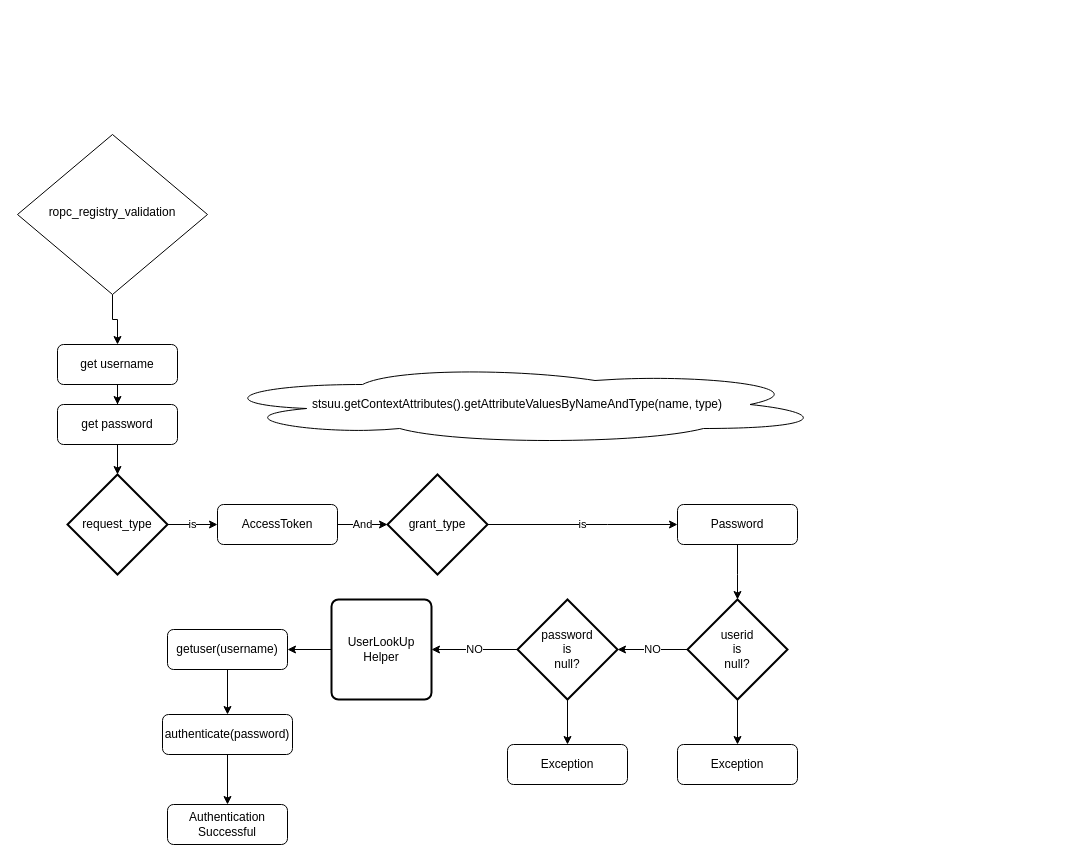
jskbabu/sree-general keeps this draw.io diagram as diagrams/ropc_http_demo.drawio. Above is the earlier version. Source tidied: cells renumbered, new cells numbered last; positions are measured from the earlier drawing's top-left corner, leaving out a move shared by most shapes. Both pictures are drawn from the tidied source at 100%, with x=0, y=0 at pixel (17, 134).
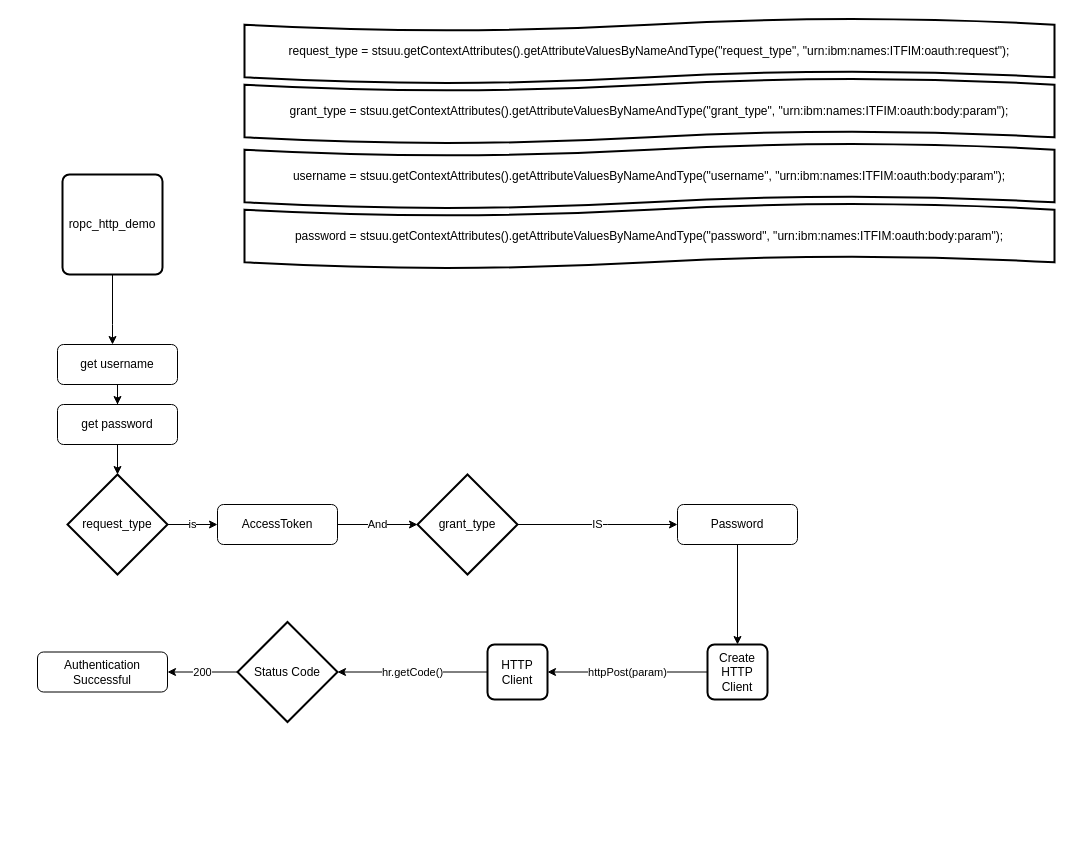
After the change.

The change refers to these unchanged cells:
```xml
<mxCell id="6" value="get username" style="rounded=1;whiteSpace=wrap;html=1;fontSize=12;glass=0;strokeWidth=1;shadow=0;" parent="1" vertex="1">
  <mxGeometry x="40" y="210" width="120" height="40" as="geometry" />
</mxCell>
<mxCell id="17" value="Password" style="rounded=1;whiteSpace=wrap;html=1;fontSize=12;glass=0;strokeWidth=1;shadow=0;" parent="1" vertex="1">
  <mxGeometry x="660" y="370" width="120" height="40" as="geometry" />
</mxCell>
```

The edit, as a diff of the source:
```diff
@@
-    <mxCell id="2" style="edgeStyle=orthogonalEdgeStyle;rounded=0;jettySize=auto;html=1;exitX=0.5;exitY=1;exitDx=0;exitDy=0;entryX=0.5;entryY=0;entryDx=0;entryDy=0;" parent="1" edge="1" source="3" target="6">
-      <mxGeometry relative="1" as="geometry" />
-    </mxCell>
-    <mxCell id="3" value="ropc_registry_validation" style="rhombus;whiteSpace=wrap;html=1;shadow=0;fontFamily=Helvetica;fontSize=12;align=center;strokeWidth=1;spacing=6;spacingTop=-4;" parent="1" vertex="1">
-      <mxGeometry width="190" height="160" as="geometry" />
-    </mxCell>
@@
-    <mxCell id="9" value="stsuu.getContextAttributes().getAttributeValuesByNameAndType(name, type)" style="ellipse;shape=cloud;whiteSpace=wrap;html=1;" parent="1" vertex="1">
-      <mxGeometry x="190" y="230" width="620" height="80" as="geometry" />
-    </mxCell>
@@
-    <mxCell id="14" value="is" style="edgeStyle=orthogonalEdgeStyle;rounded=0;jettySize=auto;html=1;" parent="1" edge="1" source="15" target="17">
+    <mxCell id="14" value="IS" style="edgeStyle=orthogonalEdgeStyle;rounded=0;jettySize=auto;html=1;" parent="1" edge="1" source="15" target="17">
       <mxGeometry relative="1" as="geometry">
         <Array as="points">
           <mxPoint x="590" y="390" />
           <mxPoint x="590" y="390" />
         </Array>
       </mxGeometry>
     </mxCell>
     <mxCell id="15" value="grant_type" style="strokeWidth=2;html=1;shape=mxgraph.flowchart.decision;whiteSpace=wrap;" parent="1" vertex="1">
-      <mxGeometry x="370" y="340" width="100" height="100" as="geometry" />
+      <mxGeometry x="400" y="340" width="100" height="100" as="geometry" />
     </mxCell>
-    <mxCell id="16" style="edgeStyle=orthogonalEdgeStyle;rounded=0;jettySize=auto;html=1;" parent="1" edge="1" source="17" target="20">
-      <mxGeometry relative="1" as="geometry">
-        <Array as="points">
-          <mxPoint x="720" y="440" />
-          <mxPoint x="720" y="440" />
-        </Array>
-      </mxGeometry>
-    </mxCell>
+    <mxCell id="33" style="edgeStyle=orthogonalEdgeStyle;rounded=0;jettySize=auto;html=1;" parent="1" edge="1" source="17" target="37">
+      <mxGeometry relative="1" as="geometry" />
+    </mxCell>
@@
-    <mxCell id="18" value="NO" style="edgeStyle=orthogonalEdgeStyle;rounded=0;jettySize=auto;html=1;" parent="1" edge="1" source="20" target="23">
-      <mxGeometry relative="1" as="geometry" />
-    </mxCell>
-    <mxCell id="19" style="edgeStyle=orthogonalEdgeStyle;rounded=0;jettySize=auto;html=1;" parent="1" edge="1" source="20" target="24">
-      <mxGeometry relative="1" as="geometry" />
-    </mxCell>
-    <mxCell id="20" value="userid &lt;br&gt;is &lt;br&gt;null?" style="strokeWidth=2;html=1;shape=mxgraph.flowchart.decision;whiteSpace=wrap;" parent="1" vertex="1">
-      <mxGeometry x="670" y="465" width="100" height="100" as="geometry" />
-    </mxCell>
-    <mxCell id="21" style="edgeStyle=orthogonalEdgeStyle;rounded=0;jettySize=auto;html=1;" parent="1" edge="1" source="23" target="25">
-      <mxGeometry relative="1" as="geometry" />
-    </mxCell>
-    <mxCell id="22" value="NO" style="edgeStyle=orthogonalEdgeStyle;rounded=0;jettySize=auto;html=1;" parent="1" edge="1" source="23" target="27">
-      <mxGeometry relative="1" as="geometry" />
-    </mxCell>
-    <mxCell id="23" value="password &lt;br&gt;is &lt;br&gt;null?" style="strokeWidth=2;html=1;shape=mxgraph.flowchart.decision;whiteSpace=wrap;" parent="1" vertex="1">
-      <mxGeometry x="500" y="465" width="100" height="100" as="geometry" />
-    </mxCell>
-    <mxCell id="24" value="Exception" style="rounded=1;whiteSpace=wrap;html=1;fontSize=12;glass=0;strokeWidth=1;shadow=0;" parent="1" vertex="1">
-      <mxGeometry x="660" y="610" width="120" height="40" as="geometry" />
-    </mxCell>
-    <mxCell id="25" value="Exception" style="rounded=1;whiteSpace=wrap;html=1;fontSize=12;glass=0;strokeWidth=1;shadow=0;" parent="1" vertex="1">
-      <mxGeometry x="490" y="610" width="120" height="40" as="geometry" />
-    </mxCell>
-    <mxCell id="26" style="edgeStyle=orthogonalEdgeStyle;rounded=0;jettySize=auto;html=1;" parent="1" edge="1" source="27" target="29">
-      <mxGeometry relative="1" as="geometry" />
-    </mxCell>
-    <mxCell id="27" value="UserLookUp&lt;br&gt;Helper" style="rounded=1;whiteSpace=wrap;html=1;absoluteArcSize=1;arcSize=14;strokeWidth=2;" parent="1" vertex="1">
-      <mxGeometry x="314" y="465" width="100" height="100" as="geometry" />
-    </mxCell>
-    <mxCell id="28" style="edgeStyle=orthogonalEdgeStyle;rounded=0;jettySize=auto;html=1;" parent="1" edge="1" source="29" target="31">
-      <mxGeometry relative="1" as="geometry" />
-    </mxCell>
-    <mxCell id="29" value="getuser(username)" style="rounded=1;whiteSpace=wrap;html=1;fontSize=12;glass=0;strokeWidth=1;shadow=0;" parent="1" vertex="1">
-      <mxGeometry x="150" y="495" width="120" height="40" as="geometry" />
-    </mxCell>
-    <mxCell id="30" style="edgeStyle=orthogonalEdgeStyle;rounded=0;jettySize=auto;html=1;" parent="1" edge="1" source="31" target="32">
-      <mxGeometry relative="1" as="geometry" />
-    </mxCell>
-    <mxCell id="31" value="authenticate(password)" style="rounded=1;whiteSpace=wrap;html=1;fontSize=12;glass=0;strokeWidth=1;shadow=0;" parent="1" vertex="1">
-      <mxGeometry x="145" y="580" width="130" height="40" as="geometry" />
+    <mxCell id="31" value="Authentication Successful" style="rounded=1;whiteSpace=wrap;html=1;fontSize=12;glass=0;strokeWidth=1;shadow=0;" parent="1" vertex="1">
+      <mxGeometry x="20" y="517.5" width="130" height="40" as="geometry" />
     </mxCell>
-    <mxCell id="32" value="Authentication Successful" style="rounded=1;whiteSpace=wrap;html=1;fontSize=12;glass=0;strokeWidth=1;shadow=0;" parent="1" vertex="1">
-      <mxGeometry x="150" y="670" width="120" height="40" as="geometry" />
-    </mxCell>
+    <mxCell id="34" style="edgeStyle=orthogonalEdgeStyle;rounded=0;jettySize=auto;html=1;" parent="1" edge="1" source="35" target="6">
+      <mxGeometry relative="1" as="geometry">
+        <Array as="points">
+          <mxPoint x="95" y="190" />
+          <mxPoint x="95" y="190" />
+        </Array>
+      </mxGeometry>
+    </mxCell>
+    <mxCell id="35" value="ropc_http_demo" style="rounded=1;whiteSpace=wrap;html=1;absoluteArcSize=1;arcSize=14;strokeWidth=2;" parent="1" vertex="1">
+      <mxGeometry x="45" y="40" width="100" height="100" as="geometry" />
+    </mxCell>
+    <mxCell id="36" value="httpPost(param)" style="edgeStyle=orthogonalEdgeStyle;rounded=0;jettySize=auto;html=1;entryX=1;entryY=0.5;entryDx=0;entryDy=0;" parent="1" edge="1" source="37" target="39">
+      <mxGeometry relative="1" as="geometry" />
+    </mxCell>
+    <mxCell id="37" value="Create &lt;br&gt;HTTP &lt;br&gt;Client" style="rounded=1;whiteSpace=wrap;html=1;absoluteArcSize=1;arcSize=14;strokeWidth=2;" parent="1" vertex="1">
+      <mxGeometry x="690" y="510" width="60" height="55" as="geometry" />
+    </mxCell>
+    <mxCell id="38" value="hr.getCode()" style="edgeStyle=orthogonalEdgeStyle;rounded=0;jettySize=auto;html=1;" parent="1" edge="1" source="39" target="41">
+      <mxGeometry relative="1" as="geometry" />
+    </mxCell>
+    <mxCell id="39" value="HTTP &lt;br&gt;Client" style="rounded=1;whiteSpace=wrap;html=1;absoluteArcSize=1;arcSize=14;strokeWidth=2;" parent="1" vertex="1">
+      <mxGeometry x="470" y="510" width="60" height="55" as="geometry" />
+    </mxCell>
+    <mxCell id="40" value="200" style="edgeStyle=orthogonalEdgeStyle;rounded=0;jettySize=auto;html=1;" parent="1" edge="1" source="41" target="31">
+      <mxGeometry relative="1" as="geometry" />
+    </mxCell>
+    <mxCell id="41" value="Status Code" style="strokeWidth=2;html=1;shape=mxgraph.flowchart.decision;whiteSpace=wrap;" parent="1" vertex="1">
+      <mxGeometry x="220" y="487.5" width="100" height="100" as="geometry" />
+    </mxCell>
+    <mxCell id="42" value="request_type =&amp;nbsp;stsuu.getContextAttributes().getAttributeValuesByNameAndType(&quot;request_type&quot;, &quot;urn:ibm:names:ITFIM:oauth:request&quot;);" style="shape=tape;whiteSpace=wrap;html=1;strokeWidth=2;size=0.19;" parent="1" vertex="1">
+      <mxGeometry x="227" y="-116" width="810" height="65" as="geometry" />
+    </mxCell>
+    <mxCell id="43" value="grant_type =&amp;nbsp;stsuu.getContextAttributes().getAttributeValuesByNameAndType(&quot;grant_type&quot;, &quot;urn:ibm:names:ITFIM:oauth:body:param&quot;);" style="shape=tape;whiteSpace=wrap;html=1;strokeWidth=2;size=0.19;" parent="1" vertex="1">
+      <mxGeometry x="227" y="-56" width="810" height="65" as="geometry" />
+    </mxCell>
+    <mxCell id="44" value="username =&amp;nbsp;stsuu.getContextAttributes().getAttributeValuesByNameAndType(&quot;username&quot;, &quot;urn:ibm:names:ITFIM:oauth:body:param&quot;);" style="shape=tape;whiteSpace=wrap;html=1;strokeWidth=2;size=0.19;" parent="1" vertex="1">
+      <mxGeometry x="227" y="9" width="810" height="65" as="geometry" />
+    </mxCell>
+    <mxCell id="45" value="password =&amp;nbsp;stsuu.getContextAttributes().getAttributeValuesByNameAndType(&quot;password&quot;, &quot;urn:ibm:names:ITFIM:oauth:body:param&quot;);" style="shape=tape;whiteSpace=wrap;html=1;strokeWidth=2;size=0.19;" parent="1" vertex="1">
+      <mxGeometry x="227" y="69" width="810" height="65" as="geometry" />
+    </mxCell>
```
